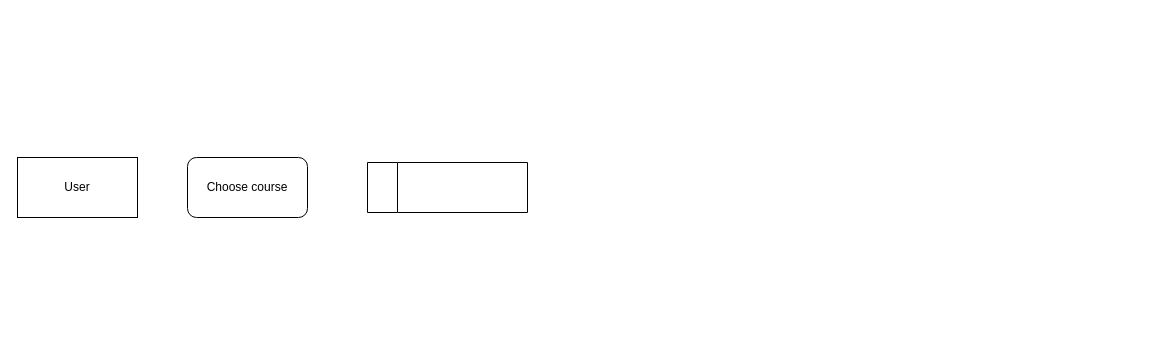
This is Diagrams/dataFlowDiagram.drawio from Mkkkkkkkkkkkkk/SQL_Course_Repo, a draw.io file, before an edit. Source tidied: cells renumbered, new cells numbered last; positions are measured from the earlier drawing's top-left corner, leaving out a move shared by most shapes. Both pictures are drawn from the tidied source at 100%, with x=0, y=0 at pixel (17, 157).
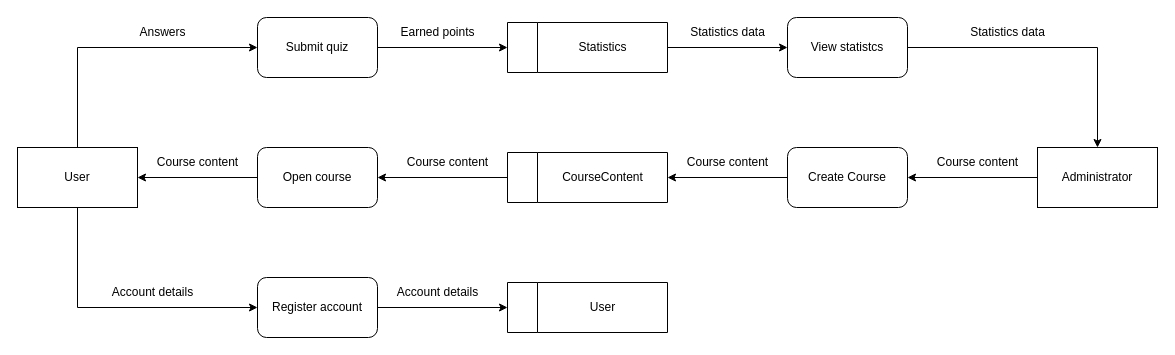
After the change.

Commit message (it also covers changes not shown here):
Data flow diagram

The edit, as a diff of the source:
```diff
@@
+    <mxCell id="5" style="edgeStyle=orthogonalEdgeStyle;rounded=0;jettySize=auto;html=1;entryX=1;entryY=0.5;entryDx=0;entryDy=0;" parent="1" edge="1" source="2" target="4">
+      <mxGeometry relative="1" as="geometry" />
+    </mxCell>
     <mxCell id="2" style="swimlane;horizontal=0;whiteSpace=wrap;html=1;startSize=30;" parent="1" vertex="1">
-      <mxGeometry x="350" y="5" width="160" height="50" as="geometry" />
+      <mxGeometry x="490" y="-5" width="160" height="50" as="geometry" />
     </mxCell>
+    <mxCell id="6" value="CourseContent" style="text;html=1;align=center;verticalAlign=middle;strokeColor=none;fillColor=none;" parent="2" vertex="1">
+      <mxGeometry x="45" y="10" width="100" height="30" as="geometry" />
+    </mxCell>
+    <mxCell id="7" style="edgeStyle=orthogonalEdgeStyle;rounded=0;jettySize=auto;html=1;entryX=0;entryY=0.5;entryDx=0;entryDy=0;" parent="1" edge="1" source="3" target="13">
+      <mxGeometry relative="1" as="geometry">
+        <Array as="points">
+          <mxPoint x="60" y="-110" />
+        </Array>
+      </mxGeometry>
+    </mxCell>
+    <mxCell id="8" style="edgeStyle=orthogonalEdgeStyle;rounded=0;jettySize=auto;html=1;entryX=0;entryY=0.5;entryDx=0;entryDy=0;" parent="1" edge="1" source="3" target="20">
+      <mxGeometry relative="1" as="geometry">
+        <Array as="points">
+          <mxPoint x="60" y="150" />
+        </Array>
+      </mxGeometry>
+    </mxCell>
     <mxCell id="3" value="User" style="rounded=0;whiteSpace=wrap;html=1;" parent="1" vertex="1">
-      <mxGeometry width="120" height="60" as="geometry" />
+      <mxGeometry y="-10" width="120" height="60" as="geometry" />
     </mxCell>
+    <mxCell id="9" style="edgeStyle=orthogonalEdgeStyle;rounded=0;jettySize=auto;html=1;entryX=1;entryY=0.5;entryDx=0;entryDy=0;" parent="1" edge="1" source="4" target="3">
+      <mxGeometry relative="1" as="geometry" />
+    </mxCell>
-    <mxCell id="4" value="Choose course" style="rounded=1;whiteSpace=wrap;html=1;" parent="1" vertex="1">
-      <mxGeometry x="170" width="120" height="60" as="geometry" />
+    <mxCell id="4" value="Open course" style="rounded=1;whiteSpace=wrap;html=1;" parent="1" vertex="1">
+      <mxGeometry x="240" y="-10" width="120" height="60" as="geometry" />
     </mxCell>
+    <mxCell id="10" value="Course content" style="text;html=1;align=center;verticalAlign=middle;strokeColor=none;fillColor=none;" parent="1" vertex="1">
+      <mxGeometry x="130" y="-10" width="100" height="30" as="geometry" />
+    </mxCell>
+    <mxCell id="11" value="Course content" style="text;html=1;align=center;verticalAlign=middle;strokeColor=none;fillColor=none;" parent="1" vertex="1">
+      <mxGeometry x="380" y="-10" width="100" height="30" as="geometry" />
+    </mxCell>
+    <mxCell id="12" style="edgeStyle=orthogonalEdgeStyle;rounded=0;jettySize=auto;html=1;entryX=0;entryY=0.5;entryDx=0;entryDy=0;" parent="1" edge="1" source="13" target="15">
+      <mxGeometry relative="1" as="geometry" />
+    </mxCell>
+    <mxCell id="13" value="Submit quiz" style="rounded=1;whiteSpace=wrap;html=1;" parent="1" vertex="1">
+      <mxGeometry x="240" y="-140" width="120" height="60" as="geometry" />
+    </mxCell>
+    <mxCell id="14" style="edgeStyle=orthogonalEdgeStyle;rounded=0;jettySize=auto;html=1;entryX=0;entryY=0.5;entryDx=0;entryDy=0;" parent="1" edge="1" source="15" target="32">
+      <mxGeometry relative="1" as="geometry" />
+    </mxCell>
+    <mxCell id="15" style="swimlane;horizontal=0;whiteSpace=wrap;html=1;startSize=30;" parent="1" vertex="1">
+      <mxGeometry x="490" y="-135" width="160" height="50" as="geometry" />
+    </mxCell>
+    <mxCell id="16" value="Statistics" style="text;html=1;align=center;verticalAlign=middle;strokeColor=none;fillColor=none;" parent="15" vertex="1">
+      <mxGeometry x="60" y="10" width="70" height="30" as="geometry" />
+    </mxCell>
+    <mxCell id="17" value="Answers" style="text;html=1;align=center;verticalAlign=middle;strokeColor=none;fillColor=none;" parent="1" vertex="1">
+      <mxGeometry x="110" y="-140" width="70" height="30" as="geometry" />
+    </mxCell>
+    <mxCell id="18" value="Earned points" style="text;html=1;align=center;verticalAlign=middle;strokeColor=none;fillColor=none;" parent="1" vertex="1">
+      <mxGeometry x="370" y="-140" width="100" height="30" as="geometry" />
+    </mxCell>
+    <mxCell id="19" style="edgeStyle=orthogonalEdgeStyle;rounded=0;jettySize=auto;html=1;" parent="1" edge="1" source="20" target="21">
+      <mxGeometry relative="1" as="geometry" />
+    </mxCell>
+    <mxCell id="20" value="Register account" style="rounded=1;whiteSpace=wrap;html=1;" parent="1" vertex="1">
+      <mxGeometry x="240" y="120" width="120" height="60" as="geometry" />
+    </mxCell>
+    <mxCell id="21" style="swimlane;horizontal=0;whiteSpace=wrap;html=1;startSize=30;" parent="1" vertex="1">
+      <mxGeometry x="490" y="125" width="160" height="50" as="geometry" />
+    </mxCell>
+    <mxCell id="22" value="User" style="text;html=1;align=center;verticalAlign=middle;strokeColor=none;fillColor=none;" parent="21" vertex="1">
+      <mxGeometry x="70" y="10" width="50" height="30" as="geometry" />
+    </mxCell>
+    <mxCell id="23" value="Account details" style="text;html=1;align=center;verticalAlign=middle;strokeColor=none;fillColor=none;" parent="1" vertex="1">
+      <mxGeometry x="85" y="120" width="100" height="30" as="geometry" />
+    </mxCell>
+    <mxCell id="24" value="Account details" style="text;html=1;align=center;verticalAlign=middle;strokeColor=none;fillColor=none;" parent="1" vertex="1">
+      <mxGeometry x="370" y="120" width="100" height="30" as="geometry" />
+    </mxCell>
+    <mxCell id="25" style="edgeStyle=orthogonalEdgeStyle;rounded=0;jettySize=auto;html=1;entryX=1;entryY=0.5;entryDx=0;entryDy=0;" parent="1" edge="1" source="26" target="28">
+      <mxGeometry relative="1" as="geometry" />
+    </mxCell>
+    <mxCell id="26" value="Administrator" style="rounded=0;whiteSpace=wrap;html=1;" parent="1" vertex="1">
+      <mxGeometry x="1020" y="-10" width="120" height="60" as="geometry" />
+    </mxCell>
+    <mxCell id="27" style="edgeStyle=orthogonalEdgeStyle;rounded=0;jettySize=auto;html=1;entryX=1;entryY=0.5;entryDx=0;entryDy=0;" parent="1" edge="1" source="28" target="2">
+      <mxGeometry relative="1" as="geometry" />
+    </mxCell>
+    <mxCell id="28" value="Create Course" style="rounded=1;whiteSpace=wrap;html=1;" parent="1" vertex="1">
+      <mxGeometry x="770" y="-10" width="120" height="60" as="geometry" />
+    </mxCell>
+    <mxCell id="29" value="Course content" style="text;html=1;align=center;verticalAlign=middle;strokeColor=none;fillColor=none;" parent="1" vertex="1">
+      <mxGeometry x="660" y="-10" width="100" height="30" as="geometry" />
+    </mxCell>
+    <mxCell id="30" value="Course content" style="text;html=1;align=center;verticalAlign=middle;strokeColor=none;fillColor=none;" parent="1" vertex="1">
+      <mxGeometry x="910" y="-10" width="100" height="30" as="geometry" />
+    </mxCell>
+    <mxCell id="31" style="edgeStyle=orthogonalEdgeStyle;rounded=0;jettySize=auto;html=1;entryX=0.5;entryY=0;entryDx=0;entryDy=0;" parent="1" edge="1" source="32" target="26">
+      <mxGeometry relative="1" as="geometry" />
+    </mxCell>
+    <mxCell id="32" value="View statistcs" style="rounded=1;whiteSpace=wrap;html=1;" parent="1" vertex="1">
+      <mxGeometry x="770" y="-140" width="120" height="60" as="geometry" />
+    </mxCell>
+    <mxCell id="33" value="Statistics data" style="text;html=1;align=center;verticalAlign=middle;strokeColor=none;fillColor=none;" parent="1" vertex="1">
+      <mxGeometry x="660" y="-140" width="100" height="30" as="geometry" />
+    </mxCell>
+    <mxCell id="34" value="Statistics data" style="text;html=1;align=center;verticalAlign=middle;strokeColor=none;fillColor=none;" parent="1" vertex="1">
+      <mxGeometry x="940" y="-140" width="100" height="30" as="geometry" />
+    </mxCell>
```
